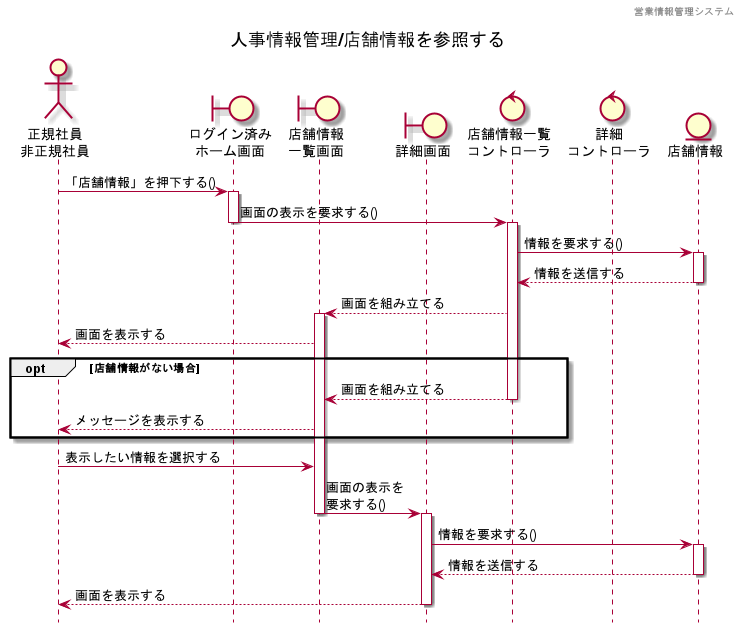
HaruShim/Sotuken keeps this PlantUML diagram as 各種設計書/4シーケンス図/images/店舗情報参照/店舗情報参照.png. Above is the earlier version. Its diagram source:
```plantuml
@startuml ../../images/店舗情報参照/店舗情報参照

hide footbox
header 営業情報管理システム
title 人事情報管理/店舗情報を参照する


actor "正規社員\n非正規社員" as a1

boundary "ログイン済み\nホーム画面" as b1
boundary "店舗情報\n一覧画面" as b2
boundary "詳細画面" as b3

control "店舗情報一覧\nコントローラ" as c1
control "詳細\nコントローラ" as c2

entity "店舗情報" as e1


a1 -> b1 :「店舗情報」を押下する()
activate b1
b1 -> c1 : 画面の表示を要求する()
deactivate b1
activate c1
c1 -> e1 : 情報を要求する()
activate e1
e1 --> c1 : 情報を送信する
deactivate
c1 --> b2 : 画面を組み立てる
activate b2
b2 --> a1 : 画面を表示する
opt 店舗情報がない場合
c1 --> b2 : 画面を組み立てる
deactivate c1
b2 --> a1 : メッセージを表示する
end
a1 -> b2 : 表示したい情報を選択する
b2 -> b3 : 画面の表示を\n要求する()
deactivate b2
activate b3
b3 -> e1 : 情報を要求する()
activate e1
e1 --> b3 : 情報を送信する
deactivate e1
a1 <-- b3 : 画面を表示する
deactivate



@enduml
```
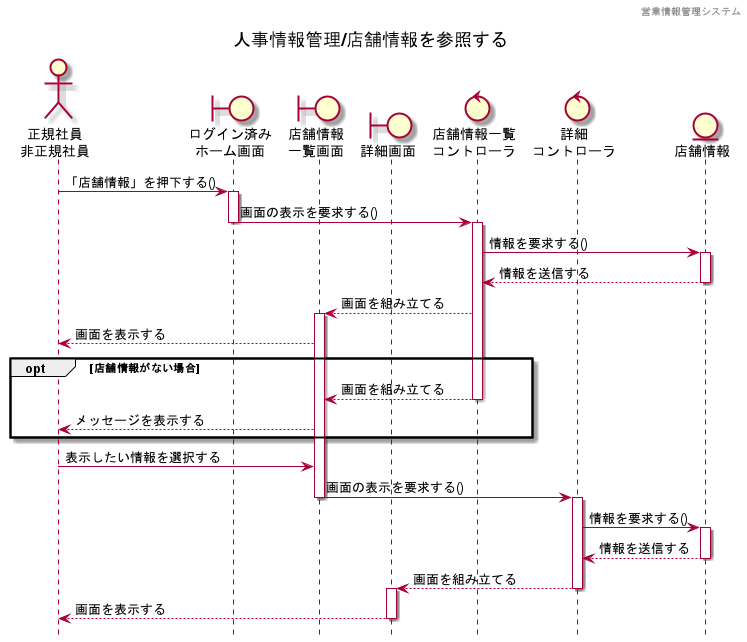
The same diagram one commit later.

Diff of the diagram source:
```diff
@@ -35,13 +35,16 @@
 b2 --> a1 : メッセージを表示する
 end
 a1 -> b2 : 表示したい情報を選択する
-b2 -> b3 : 画面の表示を\n要求する()
+b2 -> c2 : 画面の表示を要求する()
 deactivate b2
+activate c2
+c2 -> e1 : 情報を要求する()
+activate e1
+e1 --> c2 : 情報を送信する
+deactivate e1
+b3 <-- c2 : 画面を組み立てる
+deactivate c2
 activate b3
-b3 -> e1 : 情報を要求する()
-activate e1
-e1 --> b3 : 情報を送信する
-deactivate e1
 a1 <-- b3 : 画面を表示する
 deactivate
 
```
